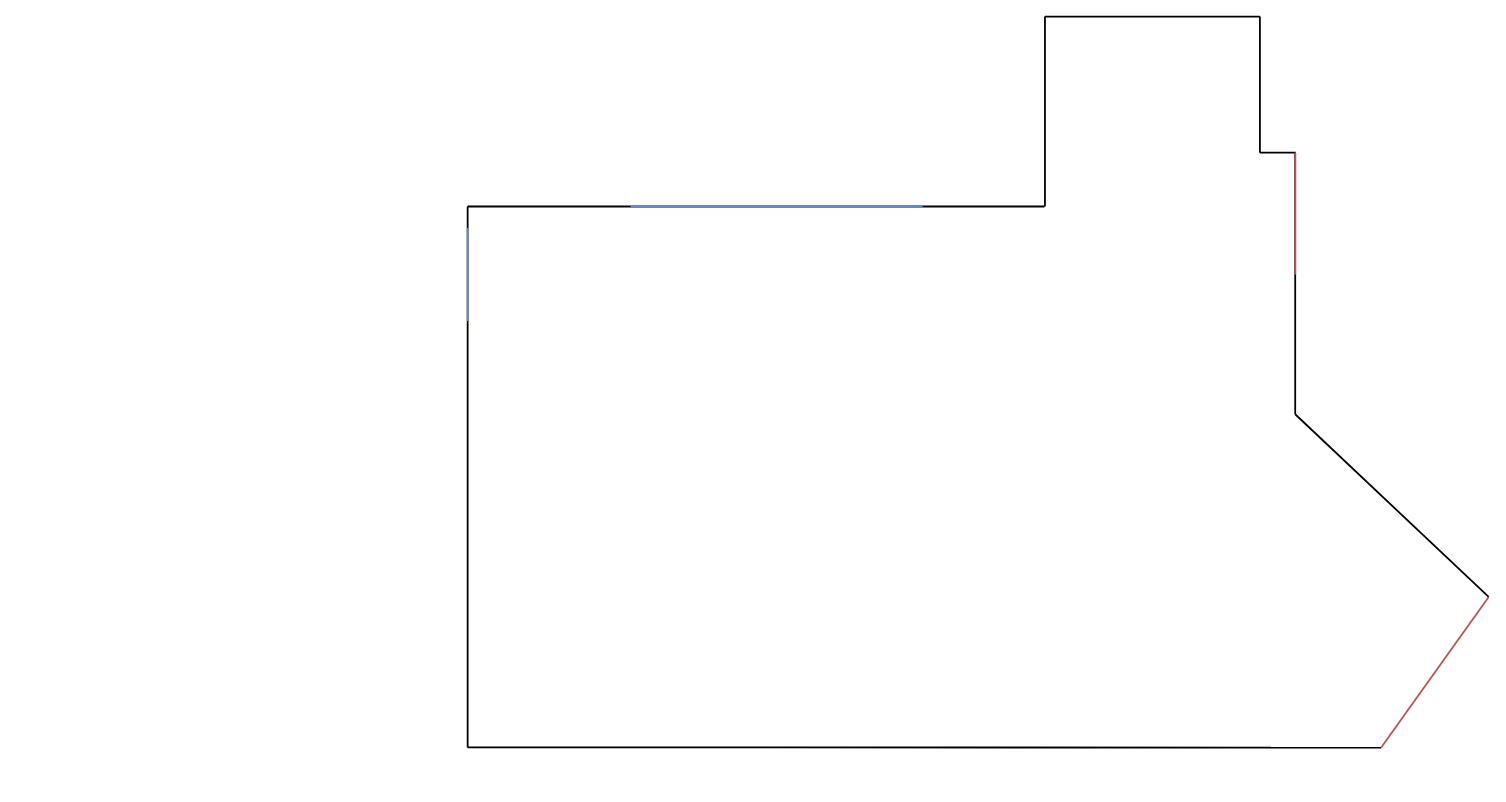
bodegus/sum_pl_specs keeps this draw.io diagram as page "master bed" (4 of 7) of house_specs.drawio. Above is the earlier version. Source tidied: cells renumbered, new cells numbered last; positions are measured from the earlier drawing's top-left corner, leaving out a move shared by most shapes. Both pictures are drawn from the tidied source at 91%, with x=0, y=0 at pixel (467, 16).
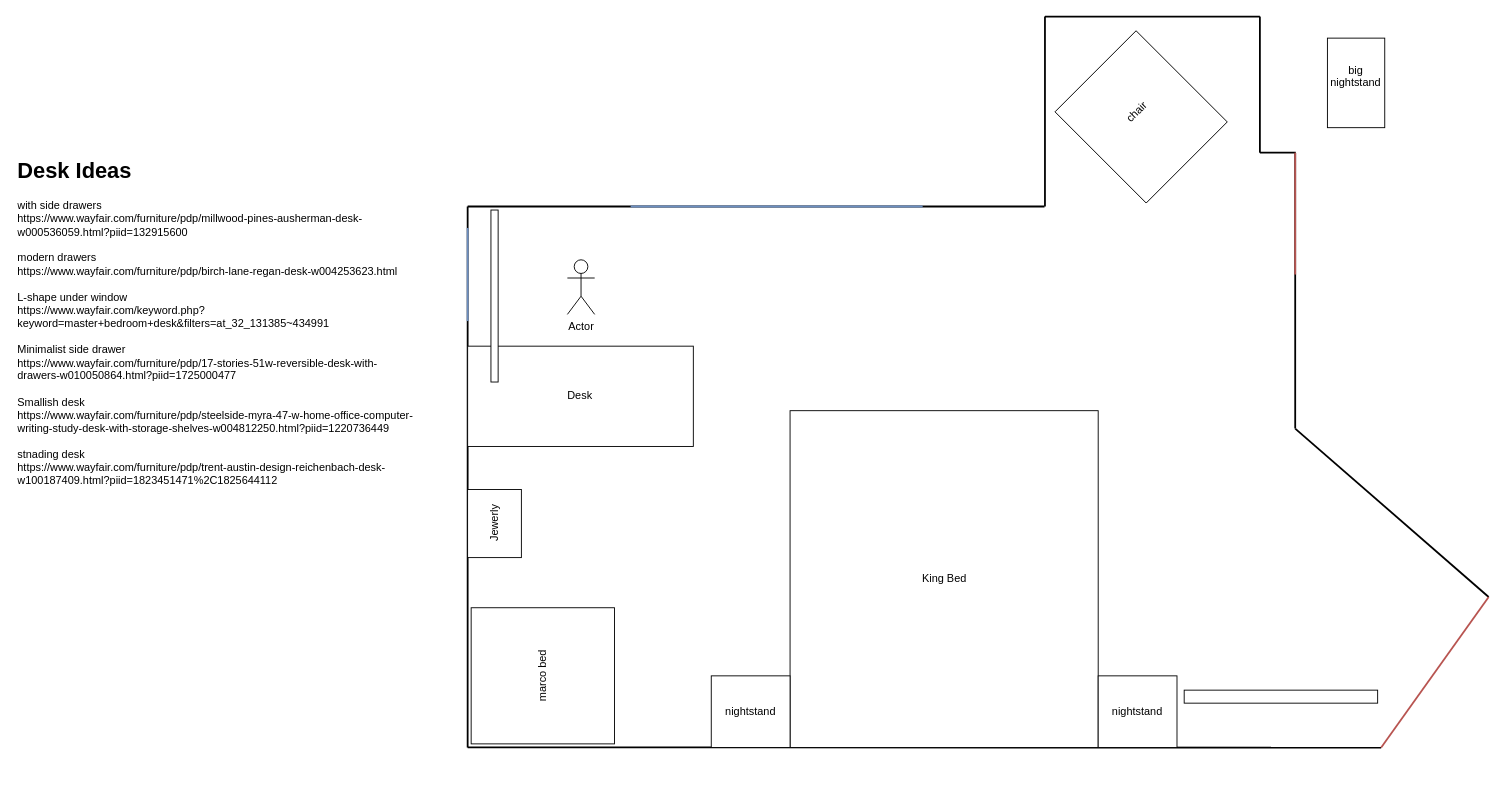
Above is the later version.

The change refers to these unchanged cells:
```xml
<mxCell id="2" style="group;" parent="1" vertex="1">
  <mxGeometry x="0.4" y="-0.3" width="1031.6" height="803.3" as="geometry" />
</mxCell>
```

Change to the diagram source:
```diff
@@
     <mxCell id="10" style="endArrow=none;html=1;rounded=0;strokeWidth=1.9685;jumpSize=3.937;arcSize=0;" parent="2" edge="1">
       <mxGeometry relative="1" as="geometry">
         <mxPoint x="909.4" y="149.6" as="sourcePoint" />
-        <mxPoint x="909.4" y="437" as="targetPoint" />
+        <mxPoint x="909.4" y="452.8" as="targetPoint" />
       </mxGeometry>
     </mxCell>
@@
     <mxCell id="12" style="endArrow=none;html=1;rounded=0;strokeWidth=1.9685;jumpSize=3.937;arcSize=0;" parent="2" edge="1">
       <mxGeometry relative="1" as="geometry">
-        <mxPoint x="909.4" y="437" as="sourcePoint" />
+        <mxPoint x="909.4" y="452.8" as="sourcePoint" />
         <mxPoint x="1122" y="637.8" as="targetPoint" />
       </mxGeometry>
     </mxCell>
@@
+    <mxCell id="16" parent="0" />
+    <mxCell id="17" value="King Bed" style="rounded=0;whiteSpace=wrap;html=1;" parent="16" vertex="1">
+      <mxGeometry x="354.7" y="432.8" width="338.6" height="370.1" as="geometry" />
+    </mxCell>
+    <mxCell id="18" value="nightstand" style="rounded=0;whiteSpace=wrap;html=1;" parent="16" vertex="1">
+      <mxGeometry x="268.1" y="724.2" width="86.6" height="78.7" as="geometry" />
+    </mxCell>
+    <mxCell id="19" value="chair&lt;div&gt;&lt;br&gt;&lt;/div&gt;" style="rounded=0;whiteSpace=wrap;html=1;rotation=-45;" parent="16" vertex="1">
+      <mxGeometry x="677.5" y="39.1" width="126" height="141.7" as="geometry" />
+    </mxCell>
+    <mxCell id="20" value="big nightstand&lt;div&gt;&lt;br&gt;&lt;/div&gt;" style="rounded=0;whiteSpace=wrap;html=1;" parent="16" vertex="1">
+      <mxGeometry x="945.2" y="23.4" width="63" height="98.4" as="geometry" />
+    </mxCell>
+    <mxCell id="21" value="nightstand" style="rounded=0;whiteSpace=wrap;html=1;" parent="16" vertex="1">
+      <mxGeometry x="693.3" y="724.2" width="86.6" height="78.7" as="geometry" />
+    </mxCell>
+    <mxCell id="22" value="&lt;div&gt;Jewerly&lt;/div&gt;" style="rounded=0;whiteSpace=wrap;html=1;rotation=-90;" parent="16" vertex="1">
+      <mxGeometry x="-7.5" y="527.3" width="74.8" height="59.1" as="geometry" />
+    </mxCell>
+    <mxCell id="23" value="marco bed" style="rounded=0;whiteSpace=wrap;html=1;rotation=-90;" parent="16" vertex="1">
+      <mxGeometry x="8.2" y="645.4" width="149.6" height="157.5" as="geometry" />
+    </mxCell>
+    <mxCell id="24" value="Desk" style="rounded=0;whiteSpace=wrap;html=1;" parent="16" vertex="1">
+      <mxGeometry x="0.4" y="361.9" width="248" height="110.2" as="geometry" />
+    </mxCell>
+    <mxCell id="25" value="Actor" style="shape=umlActor;verticalLabelPosition=bottom;verticalAlign=top;html=1;" parent="16" vertex="1">
+      <mxGeometry x="110" y="267" width="30" height="60" as="geometry" />
+    </mxCell>
+    <mxCell id="26" style="rounded=0;whiteSpace=wrap;html=1;" parent="16" vertex="1">
+      <mxGeometry x="26" y="212.3" width="7.9" height="189" as="geometry" />
+    </mxCell>
+    <mxCell id="27" style="rounded=0;whiteSpace=wrap;html=1;" parent="16" vertex="1">
+      <mxGeometry x="787.8" y="739.9" width="212.6" height="14.3" as="geometry" />
+    </mxCell>
+    <mxCell id="28" value="&lt;h1 style=&quot;margin-top: 0px;&quot;&gt;Desk Ideas&lt;/h1&gt;&lt;div&gt;with side drawers&lt;/div&gt;&lt;div&gt;https://www.wayfair.com/furniture/pdp/millwood-pines-ausherman-desk-w000536059.html?piid=132915600&lt;br&gt;&lt;/div&gt;&lt;div&gt;&lt;br&gt;&lt;/div&gt;&lt;div&gt;modern drawers&lt;/div&gt;&lt;div&gt;https://www.wayfair.com/furniture/pdp/birch-lane-regan-desk-w004253623.html&lt;br&gt;&lt;/div&gt;&lt;div&gt;&lt;br&gt;&lt;/div&gt;&lt;div&gt;L-shape under window&lt;/div&gt;&lt;div&gt;https://www.wayfair.com/keyword.php?keyword=master+bedroom+desk&amp;amp;filters=at_32_131385~434991&lt;br&gt;&lt;/div&gt;&lt;div&gt;&lt;br&gt;&lt;/div&gt;&lt;div&gt;Minimalist side drawer&lt;/div&gt;&lt;div&gt;https://www.wayfair.com/furniture/pdp/17-stories-51w-reversible-desk-with-drawers-w010050864.html?piid=1725000477&lt;br&gt;&lt;/div&gt;&lt;div&gt;&lt;br&gt;&lt;/div&gt;&lt;div&gt;Smallish desk&lt;/div&gt;&lt;div&gt;https://www.wayfair.com/furniture/pdp/steelside-myra-47-w-home-office-computer-writing-study-desk-with-storage-shelves-w004812250.html?piid=1220736449&lt;br&gt;&lt;/div&gt;&lt;div&gt;&lt;br&gt;&lt;/div&gt;&lt;div&gt;stnading desk&lt;/div&gt;&lt;div&gt;https://www.wayfair.com/furniture/pdp/trent-austin-design-reichenbach-desk-w100187409.html?piid=1823451471%2C1825644112&lt;br&gt;&lt;/div&gt;&lt;div&gt;&lt;br&gt;&lt;/div&gt;&lt;div&gt;&lt;br&gt;&lt;/div&gt;" style="text;html=1;whiteSpace=wrap;overflow=hidden;rounded=0;" parent="16" vertex="1">
+      <mxGeometry x="-496" y="149" width="441.2" height="693.3" as="geometry" />
+    </mxCell>
```
